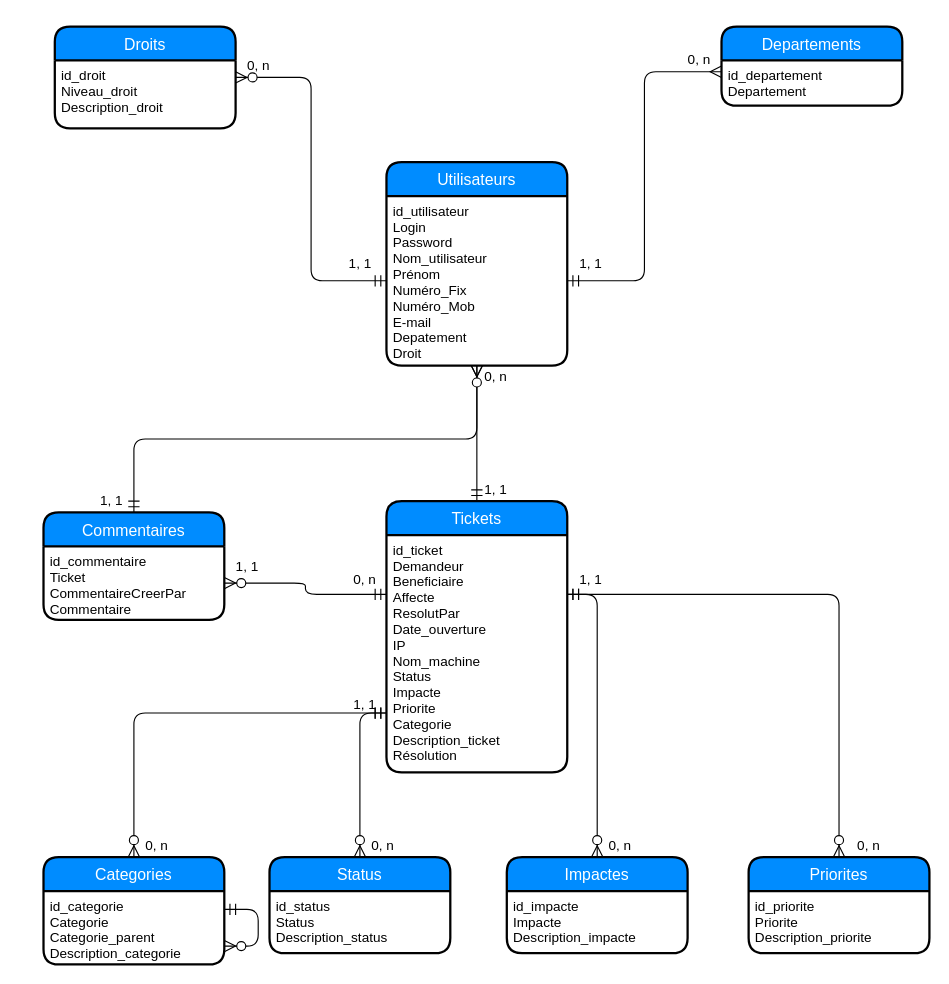
Earlier version of the draw.io diagram Base de données/MCD_MPTicket.drawio (Hero-Chan/Projet_Ticketing). Source tidied: cells renumbered, new cells numbered last; positions are measured from the earlier drawing's top-left corner, leaving out a move shared by most shapes. Both pictures are drawn from the tidied source at 113%, with x=0, y=0 at pixel (43, 26).
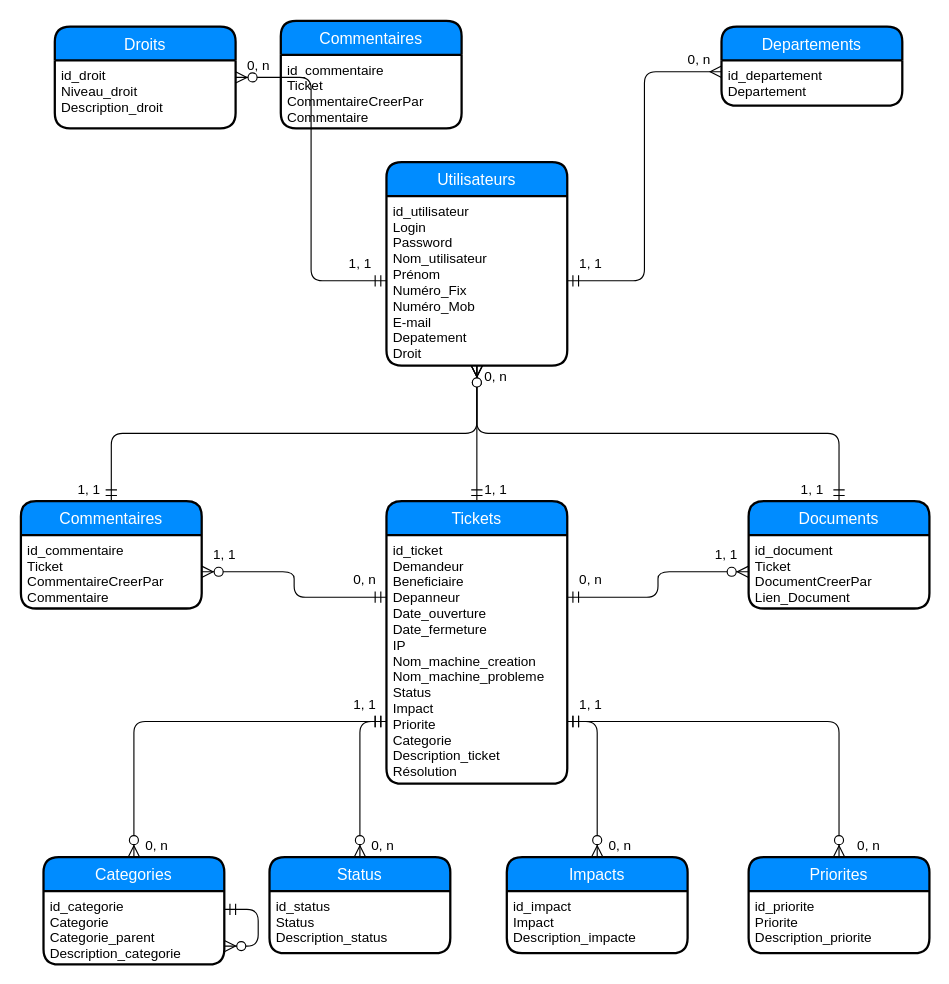
Above is the later version.

Commit message:
Mettre à jour MCD_MPTicket.drawio

Unchanged cells that the change refers to:
```xml
<mxCell id="14" value="id_utilisateur&#10;Login&#10;Password&#10;Nom_utilisateur&#10;Prénom&#10;Numéro_Fix&#10;Numéro_Mob&#10;E-mail&#10;Depatement&#10;Droit" style="align=left;strokeColor=none;fillColor=none;spacingLeft=4;fontSize=12;verticalAlign=top;" parent="13" vertex="1">
  <mxGeometry y="30" width="160" height="150" as="geometry" />
</mxCell>
<mxCell id="19" value="Status" style="swimlane;horizontal=1;startSize=30;fillColor=#008cff;fontColor=#FFFFFF;rounded=1;fontSize=14;fontStyle=0;strokeWidth=2;shadow=0;dashed=0;align=center;" parent="1" vertex="1">
  <mxGeometry x="200" y="735" width="160" height="85" as="geometry" />
</mxCell>
<mxCell id="23" value="Priorites" style="swimlane;horizontal=1;startSize=30;fillColor=#008cff;fontColor=#FFFFFF;rounded=1;fontSize=14;fontStyle=0;strokeWidth=2;shadow=0;dashed=0;align=center;" parent="1" vertex="1">
  <mxGeometry x="624" y="735" width="160" height="85" as="geometry" />
</mxCell>
<mxCell id="39" value="Categories" style="swimlane;horizontal=1;startSize=30;fillColor=#008cff;fontColor=#FFFFFF;rounded=1;fontSize=14;fontStyle=0;strokeWidth=2;shadow=0;dashed=0;align=center;" parent="1" vertex="1">
  <mxGeometry y="735" width="160" height="95" as="geometry" />
</mxCell>
```

Diff of the diagram source:
```diff
@@
     <mxCell id="5" style="edgeStyle=orthogonalEdgeStyle;endArrow=ERzeroToMany;startArrow=ERmandOne;shadow=0;strokeWidth=1;endSize=8;startSize=8;entryX=0.5;entryY=0;entryDx=0;entryDy=0;exitX=0;exitY=0.75;exitDx=0;exitDy=0;" parent="1" edge="1" source="16" target="19">
       <mxGeometry relative="1" as="geometry">
         <Array as="points">
-          <mxPoint x="280" y="608" />
+          <mxPoint x="280" y="615" />
         </Array>
       </mxGeometry>
     </mxCell>
@@
-    <mxCell id="7" style="edgeStyle=orthogonalEdgeStyle;endArrow=ERzeroToMany;startArrow=ERmandOne;shadow=0;strokeWidth=1;endSize=8;startSize=8;entryX=0.5;entryY=0;entryDx=0;entryDy=0;exitX=1;exitY=0.25;exitDx=0;exitDy=0;" parent="1" edge="1" source="16" target="21">
+    <mxCell id="7" style="edgeStyle=orthogonalEdgeStyle;endArrow=ERzeroToMany;startArrow=ERmandOne;shadow=0;strokeWidth=1;endSize=8;startSize=8;entryX=0.5;entryY=0;entryDx=0;entryDy=0;exitX=1;exitY=0.75;exitDx=0;exitDy=0;" parent="1" edge="1" source="16" target="21">
       <mxGeometry relative="1" as="geometry">
         <Array as="points">
-          <mxPoint x="490" y="503" />
+          <mxPoint x="490" y="615" />
         </Array>
       </mxGeometry>
     </mxCell>
-    <mxCell id="8" style="edgeStyle=orthogonalEdgeStyle;endArrow=ERzeroToMany;startArrow=ERmandOne;shadow=0;strokeWidth=1;endSize=8;startSize=8;entryX=0.5;entryY=0;entryDx=0;entryDy=0;exitX=1;exitY=0.25;exitDx=0;exitDy=0;" parent="1" edge="1" source="16" target="23">
+    <mxCell id="8" style="edgeStyle=orthogonalEdgeStyle;endArrow=ERzeroToMany;startArrow=ERmandOne;shadow=0;strokeWidth=1;endSize=8;startSize=8;entryX=0.5;entryY=0;entryDx=0;entryDy=0;exitX=1;exitY=0.75;exitDx=0;exitDy=0;" parent="1" edge="1" source="16" target="23">
       <mxGeometry relative="1" as="geometry" />
     </mxCell>
@@
     <mxCell id="15" value="Tickets" style="swimlane;horizontal=1;startSize=30;fillColor=#008cff;fontColor=#FFFFFF;rounded=1;fontSize=14;fontStyle=0;strokeWidth=2;shadow=0;dashed=0;align=center;" parent="1" vertex="1">
-      <mxGeometry x="303.5" y="420" width="160" height="240" as="geometry" />
+      <mxGeometry x="303.5" y="420" width="160" height="250" as="geometry" />
     </mxCell>
-    <mxCell id="16" value="id_ticket&#10;Demandeur&#10;Beneficiaire&#10;Affecte&#10;ResolutPar&#10;Date_ouverture&#10;IP&#10;Nom_machine&#10;Status&#10;Impacte&#10;Priorite&#10;Categorie&#10;Description_ticket&#10;Résolution" style="align=left;strokeColor=none;fillColor=none;spacingLeft=4;fontSize=12;verticalAlign=top;" parent="15" vertex="1">
-      <mxGeometry y="30" width="160" height="210" as="geometry" />
+    <mxCell id="16" value="id_ticket&#10;Demandeur&#10;Beneficiaire&#10;Depanneur&#10;Date_ouverture&#10;Date_fermeture&#10;IP&#10;Nom_machine_creation&#10;Nom_machine_probleme&#10;Status&#10;Impact&#10;Priorite&#10;Categorie&#10;Description_ticket&#10;Résolution" style="align=left;strokeColor=none;fillColor=none;spacingLeft=4;fontSize=12;verticalAlign=top;" parent="15" vertex="1">
+      <mxGeometry y="30" width="160" height="220" as="geometry" />
     </mxCell>
     <mxCell id="17" value="Commentaires" style="swimlane;horizontal=1;startSize=30;fillColor=#008cff;fontColor=#FFFFFF;rounded=1;fontSize=14;fontStyle=0;strokeWidth=2;shadow=0;dashed=0;align=center;" parent="1" vertex="1">
-      <mxGeometry y="430" width="160" height="95" as="geometry" />
+      <mxGeometry x="-20" y="420" width="160" height="95" as="geometry" />
     </mxCell>
@@
-    <mxCell id="21" value="Impactes" style="swimlane;horizontal=1;startSize=30;fillColor=#008cff;fontColor=#FFFFFF;rounded=1;fontSize=14;fontStyle=0;strokeWidth=2;shadow=0;dashed=0;align=center;" parent="1" vertex="1">
+    <mxCell id="21" value="Impacts" style="swimlane;horizontal=1;startSize=30;fillColor=#008cff;fontColor=#FFFFFF;rounded=1;fontSize=14;fontStyle=0;strokeWidth=2;shadow=0;dashed=0;align=center;" parent="1" vertex="1">
       <mxGeometry x="410" y="735" width="160" height="85" as="geometry" />
     </mxCell>
-    <mxCell id="22" value="id_impacte&#10;Impacte&#10;Description_impacte&#10;&#10;" style="align=left;strokeColor=none;fillColor=none;spacingLeft=4;fontSize=12;verticalAlign=top;" parent="21" vertex="1">
+    <mxCell id="22" value="id_impact&#10;Impact&#10;Description_impacte&#10;&#10;" style="align=left;strokeColor=none;fillColor=none;spacingLeft=4;fontSize=12;verticalAlign=top;" parent="21" vertex="1">
       <mxGeometry y="30" width="160" height="55" as="geometry" />
     </mxCell>
@@
     <mxCell id="31" value="1, 1" style="text;html=1;align=center;verticalAlign=middle;" parent="1" vertex="1">
-      <mxGeometry x="160" y="467.5" width="40" height="20" as="geometry" />
+      <mxGeometry x="140" y="457.5" width="40" height="20" as="geometry" />
     </mxCell>
     <mxCell id="32" value="1, 1" style="text;html=1;align=center;verticalAlign=middle;" parent="1" vertex="1">
-      <mxGeometry x="463.5" y="480" width="40" height="20" as="geometry" />
+      <mxGeometry x="463.5" y="590" width="40" height="20" as="geometry" />
     </mxCell>
@@
     <mxCell id="37" value="1, 1" style="text;html=1;align=center;verticalAlign=middle;" parent="1" vertex="1">
-      <mxGeometry x="40" y="410" width="40" height="20" as="geometry" />
+      <mxGeometry x="20" y="400" width="40" height="20" as="geometry" />
     </mxCell>
@@
-    <mxCell id="43" style="edgeStyle=orthogonalEdgeStyle;endArrow=ERzeroToMany;startArrow=ERmandOne;shadow=0;strokeWidth=1;endSize=8;startSize=8;exitX=0;exitY=0.75;exitDx=0;exitDy=0;entryX=0.5;entryY=0;entryDx=0;entryDy=0;" parent="1" edge="1" source="16" target="39">
+    <mxCell id="43" style="edgeStyle=orthogonalEdgeStyle;endArrow=ERzeroToMany;startArrow=ERmandOne;shadow=0;strokeWidth=1;endSize=8;startSize=8;entryX=0.5;entryY=0;entryDx=0;entryDy=0;exitX=0;exitY=0.75;exitDx=0;exitDy=0;" parent="1" edge="1" source="16" target="39">
       <mxGeometry relative="1" as="geometry">
         <Array as="points">
-          <mxPoint x="80" y="608" />
+          <mxPoint x="80" y="615" />
         </Array>
       </mxGeometry>
     </mxCell>
@@
+    <mxCell id="45" value="Documents" style="swimlane;horizontal=1;startSize=30;fillColor=#008cff;fontColor=#FFFFFF;rounded=1;fontSize=14;fontStyle=0;strokeWidth=2;shadow=0;dashed=0;align=center;" parent="1" vertex="1">
+      <mxGeometry x="624" y="420" width="160" height="95" as="geometry" />
+    </mxCell>
+    <mxCell id="46" value="id_document&#10;Ticket&#10;DocumentCreerPar&#10;Lien_Document&#10;" style="align=left;strokeColor=none;fillColor=none;spacingLeft=4;fontSize=12;verticalAlign=top;" parent="45" vertex="1">
+      <mxGeometry y="30" width="160" height="65" as="geometry" />
+    </mxCell>
+    <mxCell id="47" value="Commentaires" style="swimlane;horizontal=1;startSize=30;fillColor=#008cff;fontColor=#FFFFFF;rounded=1;fontSize=14;fontStyle=0;strokeWidth=2;shadow=0;dashed=0;align=center;" parent="1" vertex="1">
+      <mxGeometry x="210" y="-5" width="160" height="95" as="geometry" />
+    </mxCell>
+    <mxCell id="48" value="id_commentaire&#10;Ticket&#10;CommentaireCreerPar&#10;Commentaire&#10;" style="align=left;strokeColor=none;fillColor=none;spacingLeft=4;fontSize=12;verticalAlign=top;" parent="47" vertex="1">
+      <mxGeometry y="30" width="160" height="65" as="geometry" />
+    </mxCell>
+    <mxCell id="49" value="1, 1" style="text;html=1;align=center;verticalAlign=middle;" parent="1" vertex="1">
+      <mxGeometry x="584" y="457.5" width="40" height="20" as="geometry" />
+    </mxCell>
+    <mxCell id="50" value="1, 1" style="text;html=1;align=center;verticalAlign=middle;" parent="1" vertex="1">
+      <mxGeometry x="660" y="400" width="40" height="20" as="geometry" />
+    </mxCell>
+    <mxCell id="51" style="edgeStyle=orthogonalEdgeStyle;endArrow=ERzeroToMany;startArrow=ERmandOne;shadow=0;strokeWidth=1;endSize=8;startSize=8;entryX=0.5;entryY=1;entryDx=0;entryDy=0;exitX=0.5;exitY=0;exitDx=0;exitDy=0;" parent="1" edge="1" source="45" target="14">
+      <mxGeometry relative="1" as="geometry" />
+    </mxCell>
+    <mxCell id="52" style="edgeStyle=orthogonalEdgeStyle;endArrow=ERzeroToMany;startArrow=ERmandOne;shadow=0;strokeWidth=1;endSize=8;startSize=8;entryX=0;entryY=0.5;entryDx=0;entryDy=0;exitX=1;exitY=0.25;exitDx=0;exitDy=0;" parent="1" edge="1" source="16" target="46">
+      <mxGeometry relative="1" as="geometry" />
+    </mxCell>
+    <mxCell id="53" value="0, n" style="text;html=1;align=center;verticalAlign=middle;" parent="1" vertex="1">
+      <mxGeometry x="463.5" y="480" width="40" height="20" as="geometry" />
+    </mxCell>
```
